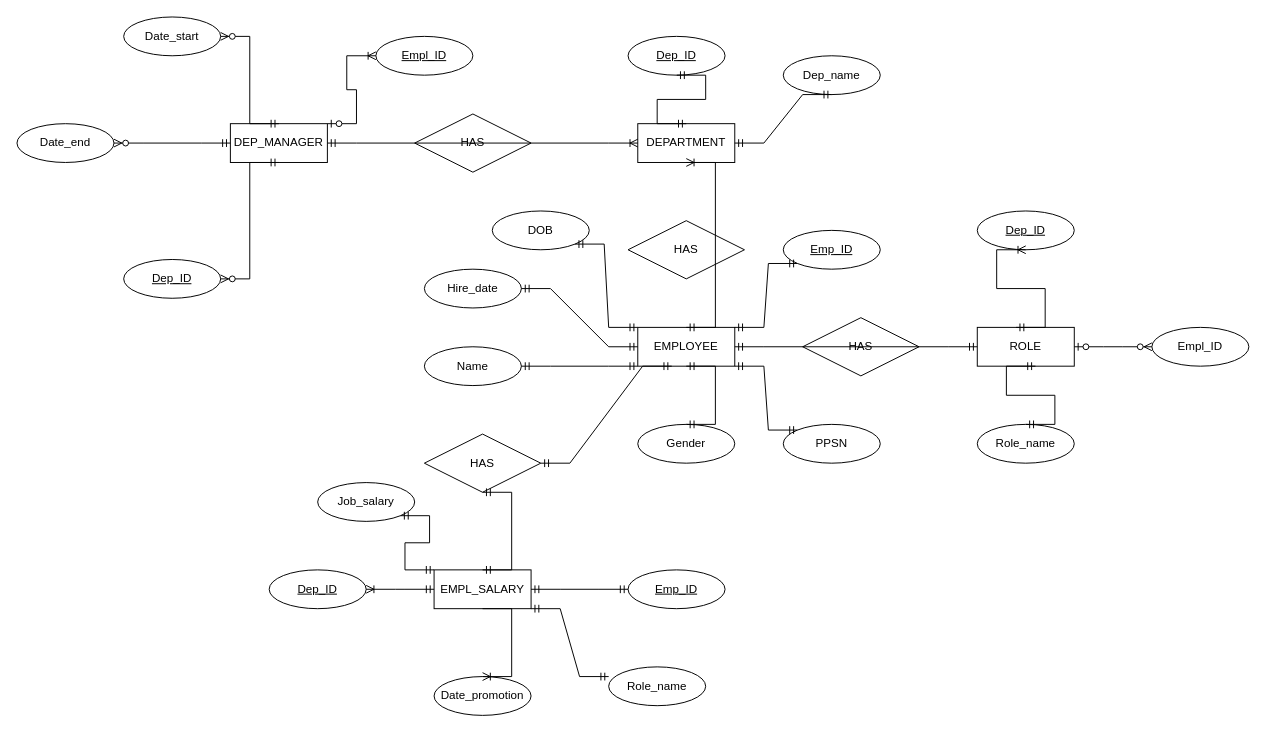
The draw.io diagram CA1.drawio in LucasHxC/webdev_lab, before the edit. Source tidied: cells renumbered, new cells numbered last; positions are measured from the earlier drawing's top-left corner, leaving out a move shared by most shapes. Both pictures are drawn from the tidied source at 97%, with x=0, y=0 at pixel (16, 16).
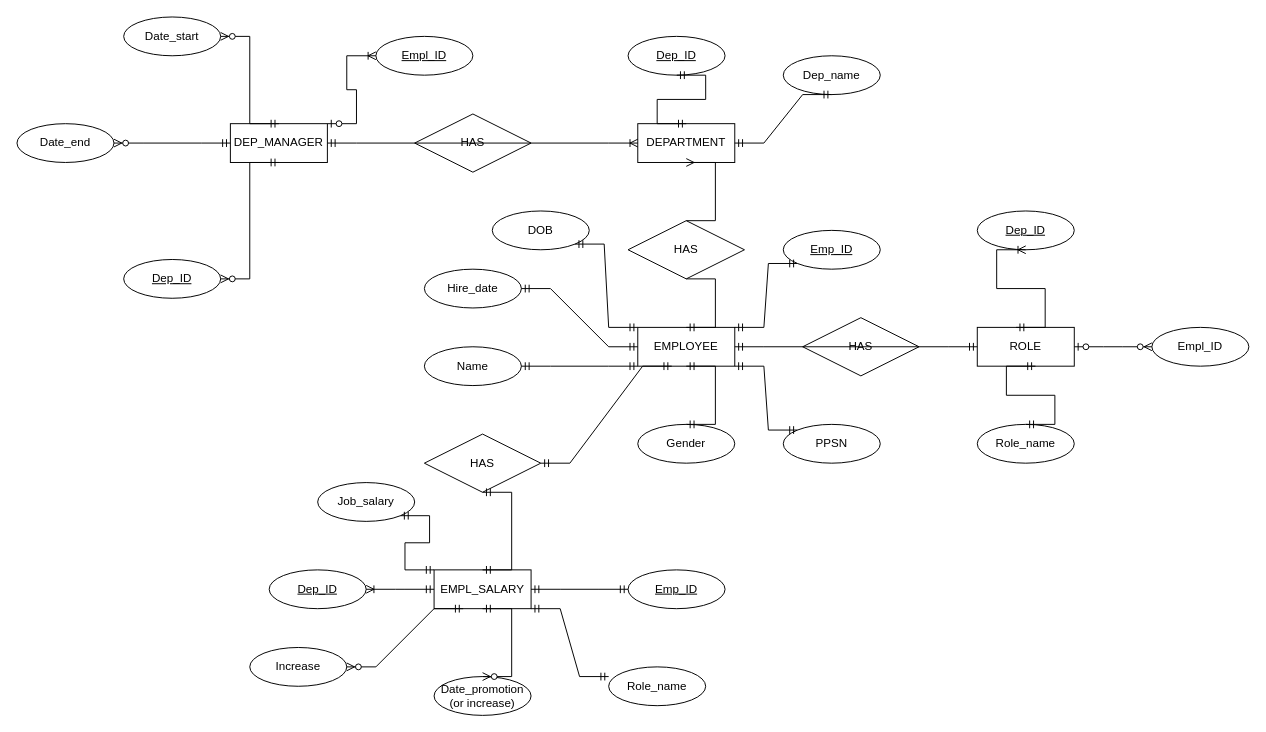
After the change.

Unchanged cells that the change refers to:
```xml
<mxCell id="2" value="EMPLOYEE" style="whiteSpace=wrap;html=1;align=center;" parent="1" vertex="1">
  <mxGeometry x="640" y="320" width="100" height="40" as="geometry" />
</mxCell>
<mxCell id="13" value="DEPARTMENT" style="whiteSpace=wrap;html=1;align=center;" parent="1" vertex="1">
  <mxGeometry x="640" y="110" width="100" height="40" as="geometry" />
</mxCell>
<mxCell id="19" value="HAS" style="shape=rhombus;perimeter=rhombusPerimeter;whiteSpace=wrap;html=1;align=center;" parent="1" vertex="1">
  <mxGeometry x="630" y="210" width="120" height="60" as="geometry" />
</mxCell>
<mxCell id="21" value="EMPL_SALARY" style="whiteSpace=wrap;html=1;align=center;" parent="1" vertex="1">
  <mxGeometry x="430" y="570" width="100" height="40" as="geometry" />
</mxCell>
```

The edit, as a diff of the source:
```diff
@@
-    <mxCell id="22" value="Date_promotion" style="ellipse;whiteSpace=wrap;html=1;align=center;" parent="1" vertex="1">
+    <mxCell id="22" value="Date_promotion (or increase)" style="ellipse;whiteSpace=wrap;html=1;align=center;" parent="1" vertex="1">
       <mxGeometry x="430" y="680" width="100" height="40" as="geometry" />
     </mxCell>
@@
-    <mxCell id="41" style="edgeStyle=entityRelationEdgeStyle;fontSize=12;html=1;endArrow=ERoneToMany;startArrow=ERmandOne;rounded=0;exitX=0.5;exitY=0;exitDx=0;exitDy=0;entryX=0.5;entryY=1;entryDx=0;entryDy=0;" parent="1" edge="1" source="2" target="13">
-      <mxGeometry relative="1" as="geometry" />
-    </mxCell>
@@
-    <mxCell id="55" style="edgeStyle=entityRelationEdgeStyle;fontSize=12;html=1;endArrow=ERoneToMany;rounded=0;exitX=0.5;exitY=1;exitDx=0;exitDy=0;entryX=0.5;entryY=0;entryDx=0;entryDy=0;" parent="1" edge="1" source="21" target="22">
-      <mxGeometry relative="1" as="geometry" />
-    </mxCell>
+    <mxCell id="56" value="Increase" style="ellipse;whiteSpace=wrap;html=1;align=center;" parent="1" vertex="1">
+      <mxGeometry x="240" y="650" width="100" height="40" as="geometry" />
+    </mxCell>
+    <mxCell id="57" style="edgeStyle=entityRelationEdgeStyle;fontSize=12;html=1;endArrow=ERzeroToMany;startArrow=ERmandOne;rounded=0;entryX=1;entryY=0.5;entryDx=0;entryDy=0;exitX=0.3;exitY=1;exitDx=0;exitDy=0;exitPerimeter=0;" parent="1" edge="1" source="21" target="56">
+      <mxGeometry relative="1" as="geometry" />
+    </mxCell>
+    <mxCell id="58" style="edgeStyle=entityRelationEdgeStyle;fontSize=12;html=1;endArrow=ERzeroToMany;startArrow=ERmandOne;rounded=0;entryX=0.5;entryY=0;entryDx=0;entryDy=0;" parent="1" edge="1" target="22">
+      <mxGeometry relative="1" as="geometry">
+        <mxPoint x="480" y="610" as="sourcePoint" />
+      </mxGeometry>
+    </mxCell>
+    <mxCell id="59" style="edgeStyle=entityRelationEdgeStyle;fontSize=12;html=1;endArrow=ERmany;rounded=0;exitX=0.5;exitY=0;exitDx=0;exitDy=0;entryX=0.5;entryY=1;entryDx=0;entryDy=0;" parent="1" edge="1" source="19" target="13">
+      <mxGeometry relative="1" as="geometry" />
+    </mxCell>
+    <mxCell id="60" style="edgeStyle=entityRelationEdgeStyle;fontSize=12;html=1;endArrow=ERmandOne;rounded=0;entryX=0.5;entryY=0;entryDx=0;entryDy=0;exitX=0.5;exitY=1;exitDx=0;exitDy=0;" parent="1" edge="1" source="19" target="2">
+      <mxGeometry relative="1" as="geometry" />
+    </mxCell>
```
